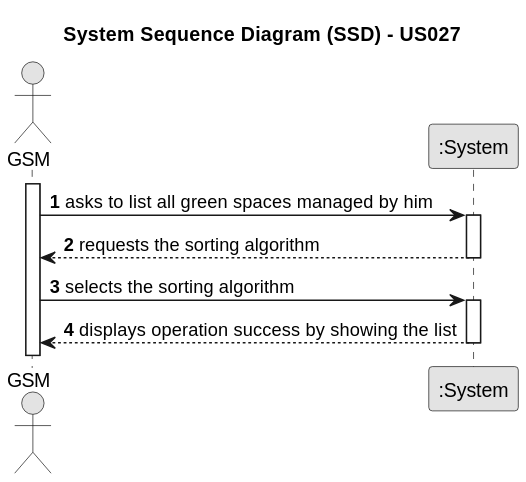
ricardomm7/leaflink keeps this PlantUML diagram as docs/sprintC/us027/01.requirements-engineering/svg/us027-system-sequence-diagram-alternative-one.svg. Above is the earlier version. The source it was exported from:
```plantuml
@startuml
skinparam monochrome true
skinparam packageStyle rectangle
skinparam shadowing false

title System Sequence Diagram (SSD) - US027

autonumber

actor "GSM" as GSM
participant ":System" as System

activate GSM

    GSM -> System : asks to list all green spaces managed by him
    activate System

        System --> GSM : requests the sorting algorithm
    deactivate System
    GSM -> System : selects the sorting algorithm
    activate System

        System --> GSM : displays operation success by showing the list
    deactivate System
@enduml
```
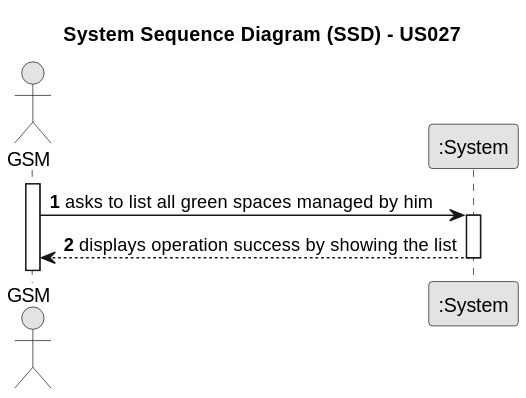
Later version of the same file.

The edit, as a diff of the source:
```diff
@@ -15,10 +15,7 @@
     GSM -> System : asks to list all green spaces managed by him
     activate System
 
-        System --> GSM : requests the sorting algorithm
-    deactivate System
-    GSM -> System : selects the sorting algorithm
-    activate System
+
 
         System --> GSM : displays operation success by showing the list
     deactivate System
```
